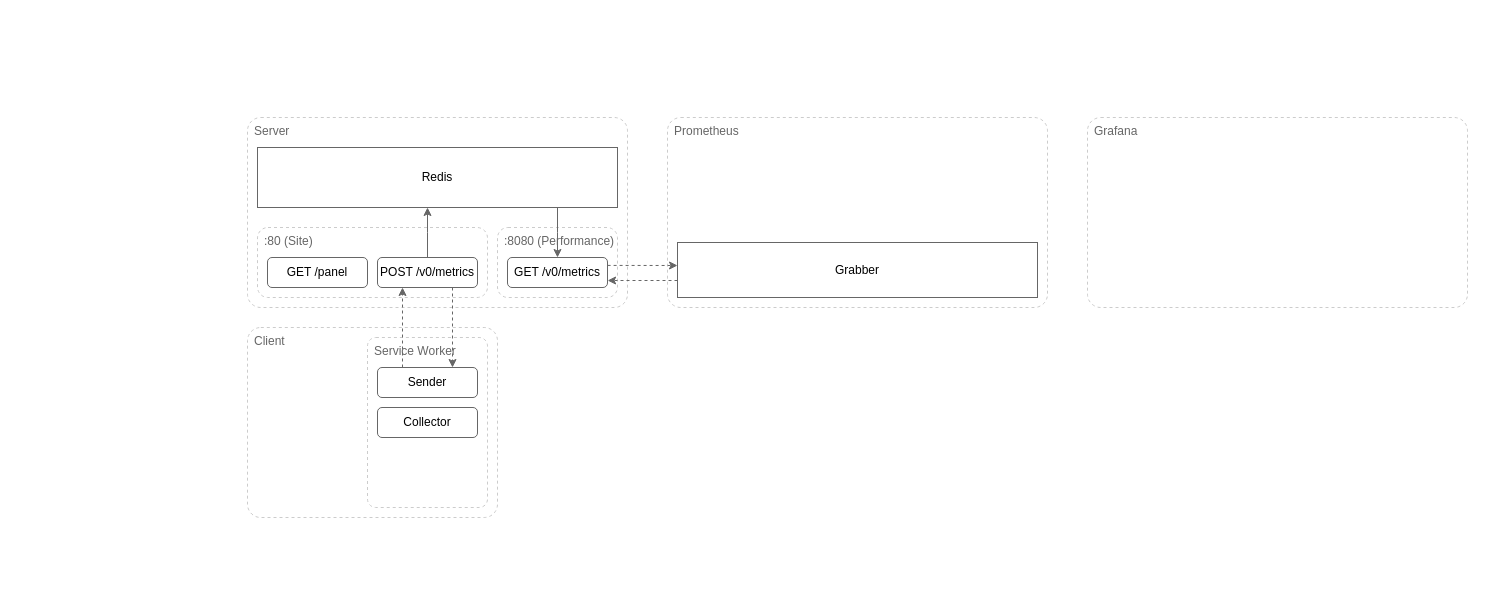
ajile/draw-io keeps this draw.io diagram as metrics.drawio. Above is the earlier version. Source tidied: cells renumbered, new cells numbered last; positions are measured from the earlier drawing's top-left corner, leaving out a move shared by most shapes. Both pictures are drawn from the tidied source at 100%, with x=0, y=0 at pixel (247, 117).
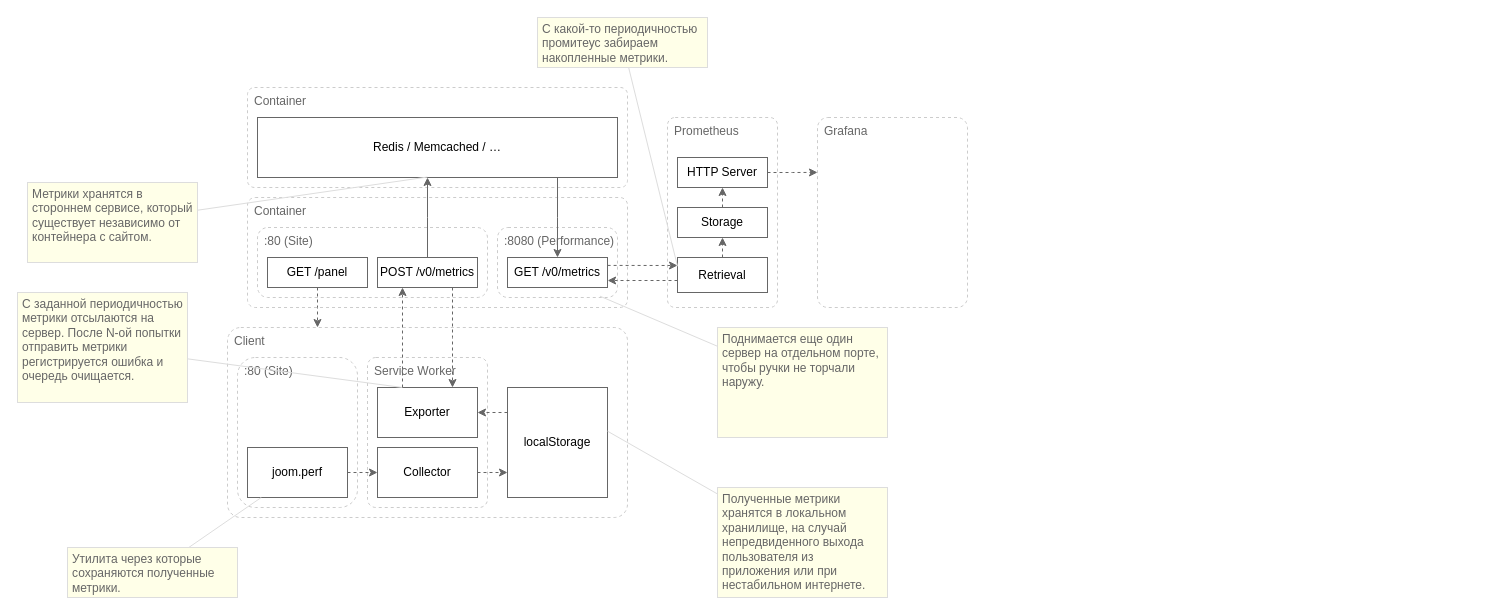
After the change.

Change to the diagram source:
```diff
@@
-    <mxCell id="2" value="Server" style="rounded=1;whiteSpace=wrap;html=1;glass=0;shadow=0;sketch=0;arcSize=7;verticalAlign=top;align=left;spacing=2;spacingLeft=5;strokeColor=#CCCCCC;dashed=1;fontColor=#666666;" parent="1" vertex="1">
-      <mxGeometry width="380" height="190" as="geometry" />
+    <mxCell id="2" value="Container" style="rounded=1;whiteSpace=wrap;html=1;glass=0;shadow=0;sketch=0;arcSize=7;verticalAlign=top;align=left;spacing=2;spacingLeft=5;strokeColor=#CCCCCC;dashed=1;fontColor=#666666;" parent="1" vertex="1">
+      <mxGeometry y="80" width="380" height="110" as="geometry" />
     </mxCell>
-    <mxCell id="3" parent="0" />
-    <mxCell id="4" value=":80 (Site)" style="rounded=1;whiteSpace=wrap;html=1;shadow=0;glass=0;sketch=0;align=left;verticalAlign=top;spacingLeft=5;strokeColor=#CCCCCC;dashed=1;fontColor=#666666;" parent="3" vertex="1">
+    <mxCell id="4" value=":80 (Site)" style="rounded=1;whiteSpace=wrap;html=1;shadow=0;glass=0;sketch=0;align=left;verticalAlign=top;spacingLeft=5;strokeColor=#CCCCCC;dashed=1;fontColor=#666666;" parent="1" vertex="1">
       <mxGeometry x="10" y="110" width="230" height="70" as="geometry" />
     </mxCell>
-    <mxCell id="5" value=":8080 (Performance)" style="rounded=1;whiteSpace=wrap;html=1;shadow=0;glass=0;sketch=0;align=left;verticalAlign=top;spacingLeft=5;strokeColor=#CCCCCC;dashed=1;fontColor=#666666;" parent="3" vertex="1">
+    <mxCell id="5" value=":8080 (Performance)" style="rounded=1;whiteSpace=wrap;html=1;shadow=0;glass=0;sketch=0;align=left;verticalAlign=top;spacingLeft=5;strokeColor=#CCCCCC;dashed=1;fontColor=#666666;" parent="1" vertex="1">
       <mxGeometry x="250" y="110" width="120" height="70" as="geometry" />
     </mxCell>
-    <mxCell id="6" value="Redis" style="rounded=0;whiteSpace=wrap;html=1;shadow=0;glass=0;sketch=0;align=center;verticalAlign=middle;strokeColor=#666666;" parent="3" vertex="1">
-      <mxGeometry x="10" y="30" width="360" height="60" as="geometry" />
-    </mxCell>
-    <mxCell id="7" value="GET /panel" style="rounded=1;whiteSpace=wrap;html=1;shadow=0;glass=0;sketch=0;align=center;verticalAlign=middle;strokeColor=#666666;" parent="3" vertex="1">
+    <mxCell id="7" value="GET /panel" style="rounded=0;whiteSpace=wrap;html=1;shadow=0;glass=0;sketch=0;align=center;verticalAlign=middle;strokeColor=#666666;" parent="1" vertex="1">
       <mxGeometry x="20" y="140" width="100" height="30" as="geometry" />
     </mxCell>
-    <mxCell id="8" value="POST /v0/metrics" style="rounded=1;whiteSpace=wrap;html=1;shadow=0;glass=0;sketch=0;align=center;verticalAlign=middle;strokeColor=#666666;" parent="3" vertex="1">
+    <mxCell id="8" value="POST /v0/metrics" style="rounded=0;whiteSpace=wrap;html=1;shadow=0;glass=0;sketch=0;align=center;verticalAlign=middle;strokeColor=#666666;" parent="1" vertex="1">
       <mxGeometry x="130" y="140" width="100" height="30" as="geometry" />
     </mxCell>
-    <mxCell id="9" parent="0" />
-    <mxCell id="10" value="Client" style="rounded=1;whiteSpace=wrap;html=1;glass=0;shadow=0;sketch=0;arcSize=7;verticalAlign=top;align=left;spacing=2;spacingLeft=5;strokeColor=#CCCCCC;dashed=1;fontColor=#666666;" parent="9" vertex="1">
-      <mxGeometry y="210" width="250" height="190" as="geometry" />
+    <mxCell id="10" value="Client" style="rounded=1;whiteSpace=wrap;html=1;glass=0;shadow=0;sketch=0;arcSize=7;verticalAlign=top;align=left;spacing=2;spacingLeft=5;strokeColor=#CCCCCC;dashed=1;fontColor=#666666;" parent="1" vertex="1">
+      <mxGeometry x="-20" y="210" width="400" height="190" as="geometry" />
     </mxCell>
-    <mxCell id="11" value="Service Worker" style="rounded=1;whiteSpace=wrap;html=1;glass=0;shadow=0;sketch=0;arcSize=7;verticalAlign=top;align=left;spacing=2;spacingLeft=5;strokeColor=#CCCCCC;dashed=1;fontColor=#666666;" parent="9" vertex="1">
-      <mxGeometry x="120" y="220" width="120" height="170" as="geometry" />
+    <mxCell id="11" value="Service Worker" style="rounded=1;whiteSpace=wrap;html=1;glass=0;shadow=0;sketch=0;arcSize=7;verticalAlign=top;align=left;spacing=2;spacingLeft=5;strokeColor=#CCCCCC;dashed=1;fontColor=#666666;" parent="1" vertex="1">
+      <mxGeometry x="120" y="240" width="120" height="150" as="geometry" />
     </mxCell>
-    <mxCell id="12" value="Prometheus" style="rounded=1;whiteSpace=wrap;html=1;glass=0;shadow=0;sketch=0;arcSize=7;verticalAlign=top;align=left;spacing=2;spacingLeft=5;strokeColor=#CCCCCC;dashed=1;fontColor=#666666;" parent="9" vertex="1">
-      <mxGeometry x="420" width="380" height="190" as="geometry" />
+    <mxCell id="12" value="Prometheus" style="rounded=1;whiteSpace=wrap;html=1;glass=0;shadow=0;sketch=0;arcSize=7;verticalAlign=top;align=left;spacing=2;spacingLeft=5;strokeColor=#CCCCCC;dashed=1;fontColor=#666666;" parent="1" vertex="1">
+      <mxGeometry x="420" width="110" height="190" as="geometry" />
     </mxCell>
-    <mxCell id="13" style="edgeStyle=elbowEdgeStyle;rounded=0;jettySize=auto;html=1;strokeColor=#666666;exitX=0.5;exitY=0;exitDx=0;exitDy=0;" parent="9" edge="1" source="8" target="6">
-      <mxGeometry relative="1" as="geometry" />
-    </mxCell>
-    <mxCell id="14" style="edgeStyle=elbowEdgeStyle;rounded=0;jettySize=auto;elbow=vertical;html=1;fontColor=#666666;strokeColor=#666666;exitX=1.001;exitY=0.264;exitDx=0;exitDy=0;exitPerimeter=0;dashed=1;" parent="9" edge="1" source="15" target="21">
+    <mxCell id="14" style="edgeStyle=elbowEdgeStyle;rounded=0;jettySize=auto;elbow=vertical;html=1;fontColor=#666666;strokeColor=#666666;exitX=1.001;exitY=0.264;exitDx=0;exitDy=0;exitPerimeter=0;dashed=1;" parent="1" edge="1" source="15" target="21">
       <mxGeometry relative="1" as="geometry" />
     </mxCell>
-    <mxCell id="15" value="GET /v0/metrics" style="rounded=1;whiteSpace=wrap;html=1;shadow=0;glass=0;sketch=0;align=center;verticalAlign=middle;strokeColor=#666666;" parent="9" vertex="1">
+    <mxCell id="15" value="GET /v0/metrics" style="rounded=0;whiteSpace=wrap;html=1;shadow=0;glass=0;sketch=0;align=center;verticalAlign=middle;strokeColor=#666666;" parent="1" vertex="1">
       <mxGeometry x="260" y="140" width="100" height="30" as="geometry" />
     </mxCell>
+    <mxCell id="19" value="Grafana" style="rounded=1;whiteSpace=wrap;html=1;glass=0;shadow=0;sketch=0;arcSize=7;verticalAlign=top;align=left;spacing=2;spacingLeft=5;strokeColor=#CCCCCC;dashed=1;fontColor=#666666;" parent="1" vertex="1">
+      <mxGeometry x="570" width="150" height="190" as="geometry" />
+    </mxCell>
+    <mxCell id="20" style="edgeStyle=elbowEdgeStyle;rounded=0;jettySize=auto;html=1;fontColor=#666666;strokeColor=#666666;elbow=vertical;entryX=1.001;entryY=0.772;entryDx=0;entryDy=0;entryPerimeter=0;dashed=1;" parent="1" edge="1" source="21" target="15">
+      <mxGeometry relative="1" as="geometry" />
+    </mxCell>
+    <mxCell id="24" style="edgeStyle=elbowEdgeStyle;rounded=0;jettySize=auto;html=1;dashed=1;fontColor=#666666;strokeColor=#666666;" parent="1" edge="1" source="21" target="31">
+      <mxGeometry relative="1" as="geometry" />
+    </mxCell>
+    <mxCell id="21" value="Retrieval" style="rounded=0;whiteSpace=wrap;html=1;shadow=0;glass=0;sketch=0;align=center;verticalAlign=middle;strokeColor=#666666;" parent="1" vertex="1">
+      <mxGeometry x="430" y="140" width="90" height="35" as="geometry" />
+    </mxCell>
+    <mxCell id="22" value="Exporter" style="rounded=0;whiteSpace=wrap;html=1;shadow=0;glass=0;sketch=0;align=center;verticalAlign=middle;strokeColor=#666666;" parent="1" vertex="1">
+      <mxGeometry x="130" y="270" width="100" height="50" as="geometry" />
+    </mxCell>
+    <mxCell id="25" style="edgeStyle=elbowEdgeStyle;rounded=0;jettySize=auto;elbow=vertical;html=1;dashed=1;fontColor=#666666;strokeColor=#666666;" parent="1" edge="1" source="23" target="28">
+      <mxGeometry relative="1" as="geometry" />
+    </mxCell>
+    <mxCell id="23" value="Collector" style="rounded=0;whiteSpace=wrap;html=1;shadow=0;glass=0;sketch=0;align=center;verticalAlign=middle;strokeColor=#666666;" parent="1" vertex="1">
+      <mxGeometry x="130" y="330" width="100" height="50" as="geometry" />
+    </mxCell>
+    <mxCell id="26" value=":80 (Site)" style="rounded=1;whiteSpace=wrap;html=1;shadow=0;glass=0;sketch=0;align=left;verticalAlign=top;spacingLeft=5;strokeColor=#CCCCCC;dashed=1;fontColor=#666666;" parent="1" vertex="1">
+      <mxGeometry x="-10" y="240" width="120" height="150" as="geometry" />
+    </mxCell>
+    <mxCell id="27" style="edgeStyle=elbowEdgeStyle;rounded=0;jettySize=auto;elbow=vertical;html=1;dashed=1;fontColor=#666666;strokeColor=#666666;" parent="1" edge="1" source="28" target="22">
+      <mxGeometry relative="1" as="geometry" />
+    </mxCell>
+    <mxCell id="28" value="localStorage" style="rounded=0;whiteSpace=wrap;html=1;shadow=0;glass=0;sketch=0;align=center;verticalAlign=middle;strokeColor=#666666;" parent="1" vertex="1">
+      <mxGeometry x="260" y="270" width="100" height="110" as="geometry" />
+    </mxCell>
+    <mxCell id="29" style="edgeStyle=elbowEdgeStyle;rounded=0;jettySize=auto;html=1;dashed=1;fontColor=#666666;strokeColor=#666666;" parent="1" edge="1" source="7" target="10">
+      <mxGeometry relative="1" as="geometry" />
+    </mxCell>
+    <mxCell id="30" style="edgeStyle=elbowEdgeStyle;rounded=0;jettySize=auto;html=1;dashed=1;fontColor=#666666;strokeColor=#666666;" parent="1" edge="1" source="31" target="33">
+      <mxGeometry relative="1" as="geometry" />
+    </mxCell>
+    <mxCell id="31" value="Storage" style="rounded=0;whiteSpace=wrap;html=1;shadow=0;glass=0;sketch=0;align=center;verticalAlign=middle;strokeColor=#666666;" parent="1" vertex="1">
+      <mxGeometry x="430" y="90" width="90" height="30" as="geometry" />
+    </mxCell>
+    <mxCell id="32" style="edgeStyle=elbowEdgeStyle;rounded=0;jettySize=auto;html=1;entryX=0;entryY=0.289;entryDx=0;entryDy=0;entryPerimeter=0;dashed=1;fontColor=#666666;strokeColor=#666666;" parent="1" edge="1" source="33" target="19">
+      <mxGeometry relative="1" as="geometry" />
+    </mxCell>
+    <mxCell id="33" value="HTTP Server" style="rounded=0;whiteSpace=wrap;html=1;shadow=0;glass=0;sketch=0;align=center;verticalAlign=middle;strokeColor=#666666;" parent="1" vertex="1">
+      <mxGeometry x="430" y="40" width="90" height="30" as="geometry" />
+    </mxCell>
+    <mxCell id="34" value="Container" style="rounded=1;whiteSpace=wrap;html=1;glass=0;shadow=0;sketch=0;arcSize=7;verticalAlign=top;align=left;spacing=2;spacingLeft=5;strokeColor=#CCCCCC;dashed=1;fontColor=#666666;" parent="1" vertex="1">
+      <mxGeometry y="-30" width="380" height="100" as="geometry" />
+    </mxCell>
+    <mxCell id="6" value="Redis / Memcached / …" style="rounded=0;whiteSpace=wrap;html=1;shadow=0;glass=0;sketch=0;align=center;verticalAlign=middle;strokeColor=#666666;" parent="1" vertex="1">
+      <mxGeometry x="10" width="360" height="60" as="geometry" />
+    </mxCell>
+    <mxCell id="13" style="edgeStyle=elbowEdgeStyle;rounded=0;jettySize=auto;html=1;strokeColor=#666666;exitX=0.5;exitY=0;exitDx=0;exitDy=0;" parent="1" edge="1" source="8" target="6">
+      <mxGeometry relative="1" as="geometry" />
+    </mxCell>
-    <mxCell id="16" style="edgeStyle=elbowEdgeStyle;rounded=0;jettySize=auto;html=1;entryX=0.5;entryY=0;entryDx=0;entryDy=0;strokeColor=#666666;" parent="9" edge="1" source="6" target="15">
+    <mxCell id="16" style="edgeStyle=elbowEdgeStyle;rounded=0;jettySize=auto;html=1;entryX=0.5;entryY=0;entryDx=0;entryDy=0;strokeColor=#666666;" parent="1" edge="1" source="6" target="15">
       <mxGeometry relative="1" as="geometry" />
     </mxCell>
+    <mxCell id="35" style="edgeStyle=elbowEdgeStyle;rounded=0;jettySize=auto;html=1;dashed=1;fontColor=#666666;strokeColor=#666666;elbow=vertical;" parent="1" edge="1" source="36" target="23">
+      <mxGeometry relative="1" as="geometry" />
+    </mxCell>
+    <mxCell id="36" value="joom.perf" style="rounded=0;whiteSpace=wrap;html=1;shadow=0;glass=0;sketch=0;align=center;verticalAlign=middle;strokeColor=#666666;" parent="1" vertex="1">
+      <mxGeometry y="330" width="100" height="50" as="geometry" />
+    </mxCell>
+    <mxCell id="37" style="rounded=0;jettySize=auto;elbow=vertical;html=1;fontColor=#666666;endArrow=none;endFill=0;entryX=1;entryY=0.397;entryDx=0;entryDy=0;entryPerimeter=0;strokeColor=#DDDDDD;" parent="1" edge="1" source="38" target="28">
+      <mxGeometry relative="1" as="geometry" />
+    </mxCell>
+    <mxCell id="38" value="Полученные метрики хранятся в локальном хранилище, на случай непредвиденного выхода пользователя из приложения или при нестабильном интернете." style="rounded=0;shadow=0;glass=0;sketch=0;fontColor=#666666;align=left;verticalAlign=top;fillColor=#FFFFE8;spacing=0;spacingLeft=5;spacingTop=0;labelBorderColor=none;whiteSpace=wrap;html=1;labelBackgroundColor=none;textDirection=ltr;horizontal=1;spacingBottom=5;spacingRight=5;strokeColor=#DDDDDD;" parent="1" vertex="1">
+      <mxGeometry x="470" y="370" width="170" height="110" as="geometry" />
+    </mxCell>
+    <mxCell id="39" style="edgeStyle=none;rounded=0;jettySize=auto;html=1;fontColor=#000000;endArrow=none;endFill=0;strokeColor=#DDDDDD;" parent="1" edge="1" source="40" target="36">
+      <mxGeometry relative="1" as="geometry" />
+    </mxCell>
+    <mxCell id="40" value="Утилита через которые сохраняются полученные метрики." style="rounded=0;shadow=0;glass=0;sketch=0;fontColor=#666666;align=left;verticalAlign=top;fillColor=#FFFFE8;spacing=0;spacingLeft=5;spacingTop=0;labelBorderColor=none;whiteSpace=wrap;html=1;labelBackgroundColor=none;textDirection=ltr;horizontal=1;spacingBottom=5;spacingRight=5;strokeColor=#DDDDDD;" parent="1" vertex="1">
+      <mxGeometry x="-180" y="430" width="170" height="50" as="geometry" />
+    </mxCell>
+    <mxCell id="41" style="edgeStyle=none;rounded=0;jettySize=auto;html=1;entryX=0.25;entryY=0;entryDx=0;entryDy=0;fontColor=#000000;endArrow=none;endFill=0;strokeColor=#DDDDDD;" parent="1" edge="1" source="42" target="22">
+      <mxGeometry relative="1" as="geometry" />
+    </mxCell>
+    <mxCell id="42" value="С заданной периодичностью метрики отсылаются на сервер. После N-ой попытки отправить метрики регистрируется ошибка и очередь очищается." style="rounded=0;shadow=0;glass=0;sketch=0;fontColor=#666666;align=left;verticalAlign=top;fillColor=#FFFFE8;spacing=0;spacingLeft=5;spacingTop=0;labelBorderColor=none;whiteSpace=wrap;html=1;labelBackgroundColor=none;textDirection=ltr;horizontal=1;spacingBottom=5;spacingRight=5;strokeColor=#DDDDDD;" parent="1" vertex="1">
+      <mxGeometry x="-230" y="175" width="170" height="110" as="geometry" />
+    </mxCell>
-    <mxCell id="17" style="edgeStyle=elbowEdgeStyle;rounded=0;jettySize=auto;html=1;entryX=0.25;entryY=1;entryDx=0;entryDy=0;fontColor=#666666;strokeColor=#666666;dashed=1;" parent="9" edge="1" source="22" target="8">
+    <mxCell id="17" style="edgeStyle=elbowEdgeStyle;rounded=0;jettySize=auto;html=1;entryX=0.25;entryY=1;entryDx=0;entryDy=0;fontColor=#666666;strokeColor=#666666;dashed=1;" parent="1" edge="1" source="22" target="8">
       <mxGeometry relative="1" as="geometry" />
     </mxCell>
-    <mxCell id="18" style="edgeStyle=elbowEdgeStyle;rounded=0;jettySize=auto;html=1;entryX=0.75;entryY=0;entryDx=0;entryDy=0;fontColor=#666666;strokeColor=#666666;dashed=1;" parent="9" edge="1" source="8" target="22">
+    <mxCell id="18" style="edgeStyle=elbowEdgeStyle;rounded=0;jettySize=auto;html=1;entryX=0.75;entryY=0;entryDx=0;entryDy=0;fontColor=#666666;strokeColor=#666666;dashed=1;" parent="1" edge="1" source="8" target="22">
       <mxGeometry relative="1" as="geometry" />
     </mxCell>
-    <mxCell id="19" value="Grafana" style="rounded=1;whiteSpace=wrap;html=1;glass=0;shadow=0;sketch=0;arcSize=7;verticalAlign=top;align=left;spacing=2;spacingLeft=5;strokeColor=#CCCCCC;dashed=1;fontColor=#666666;" parent="9" vertex="1">
-      <mxGeometry x="840" width="380" height="190" as="geometry" />
-    </mxCell>
-    <mxCell id="20" style="edgeStyle=elbowEdgeStyle;rounded=0;jettySize=auto;html=1;fontColor=#666666;strokeColor=#666666;elbow=vertical;entryX=1.001;entryY=0.772;entryDx=0;entryDy=0;entryPerimeter=0;dashed=1;" parent="9" edge="1" source="21" target="15">
-      <mxGeometry relative="1" as="geometry" />
-    </mxCell>
-    <mxCell id="21" value="Grabber" style="rounded=0;whiteSpace=wrap;html=1;shadow=0;glass=0;sketch=0;align=center;verticalAlign=middle;strokeColor=#666666;" parent="9" vertex="1">
-      <mxGeometry x="430" y="125" width="360" height="55" as="geometry" />
-    </mxCell>
-    <mxCell id="22" value="Sender" style="rounded=1;whiteSpace=wrap;html=1;shadow=0;glass=0;sketch=0;align=center;verticalAlign=middle;strokeColor=#666666;" parent="9" vertex="1">
-      <mxGeometry x="130" y="250" width="100" height="30" as="geometry" />
-    </mxCell>
-    <mxCell id="23" value="Collector" style="rounded=1;whiteSpace=wrap;html=1;shadow=0;glass=0;sketch=0;align=center;verticalAlign=middle;strokeColor=#666666;" parent="9" vertex="1">
-      <mxGeometry x="130" y="290" width="100" height="30" as="geometry" />
-    </mxCell>
+    <mxCell id="43" style="edgeStyle=none;rounded=0;jettySize=auto;html=1;entryX=0;entryY=0.25;entryDx=0;entryDy=0;fontColor=#000000;endArrow=none;endFill=0;strokeColor=#DDDDDD;" parent="1" edge="1" source="44" target="21">
+      <mxGeometry relative="1" as="geometry" />
+    </mxCell>
+    <mxCell id="44" value="С какой-то периодичностью промитеус забираем накопленные метрики." style="rounded=0;shadow=0;glass=0;sketch=0;fontColor=#666666;align=left;verticalAlign=top;fillColor=#FFFFE8;spacing=0;spacingLeft=5;spacingTop=0;labelBorderColor=none;whiteSpace=wrap;html=1;labelBackgroundColor=none;textDirection=ltr;horizontal=1;spacingBottom=5;spacingRight=5;strokeColor=#DDDDDD;" parent="1" vertex="1">
+      <mxGeometry x="290" y="-100" width="170" height="50" as="geometry" />
+    </mxCell>
+    <mxCell id="45" style="edgeStyle=none;rounded=0;jettySize=auto;html=1;entryX=0.472;entryY=0.992;entryDx=0;entryDy=0;entryPerimeter=0;fontColor=#000000;endArrow=none;endFill=0;strokeColor=#DDDDDD;" parent="1" edge="1" source="46" target="6">
+      <mxGeometry relative="1" as="geometry" />
+    </mxCell>
+    <mxCell id="46" value="Метрики хранятся в стороннем сервисе, который существует независимо от контейнера с сайтом." style="rounded=0;shadow=0;glass=0;sketch=0;fontColor=#666666;align=left;verticalAlign=top;fillColor=#FFFFE8;spacing=0;spacingLeft=5;spacingTop=0;labelBorderColor=none;whiteSpace=wrap;html=1;labelBackgroundColor=none;textDirection=ltr;horizontal=1;spacingBottom=5;spacingRight=5;strokeColor=#DDDDDD;" parent="1" vertex="1">
+      <mxGeometry x="-220" y="65" width="170" height="80" as="geometry" />
+    </mxCell>
+    <mxCell id="47" style="edgeStyle=none;rounded=0;jettySize=auto;html=1;entryX=0.854;entryY=0.981;entryDx=0;entryDy=0;entryPerimeter=0;fontColor=#000000;endArrow=none;endFill=0;strokeColor=#DDDDDD;" parent="1" edge="1" source="48" target="5">
+      <mxGeometry relative="1" as="geometry" />
+    </mxCell>
+    <mxCell id="48" value="Поднимается еще один сервер на отдельном порте, чтобы ручки не торчали наружу." style="rounded=0;shadow=0;glass=0;sketch=0;fontColor=#666666;align=left;verticalAlign=top;fillColor=#FFFFE8;spacing=0;spacingLeft=5;spacingTop=0;labelBorderColor=none;whiteSpace=wrap;html=1;labelBackgroundColor=none;textDirection=ltr;horizontal=1;spacingBottom=5;spacingRight=5;strokeColor=#DDDDDD;" parent="1" vertex="1">
+      <mxGeometry x="470" y="210" width="170" height="110" as="geometry" />
+    </mxCell>
+    <mxCell id="3" parent="0" />
+    <mxCell id="9" parent="0" />
```
